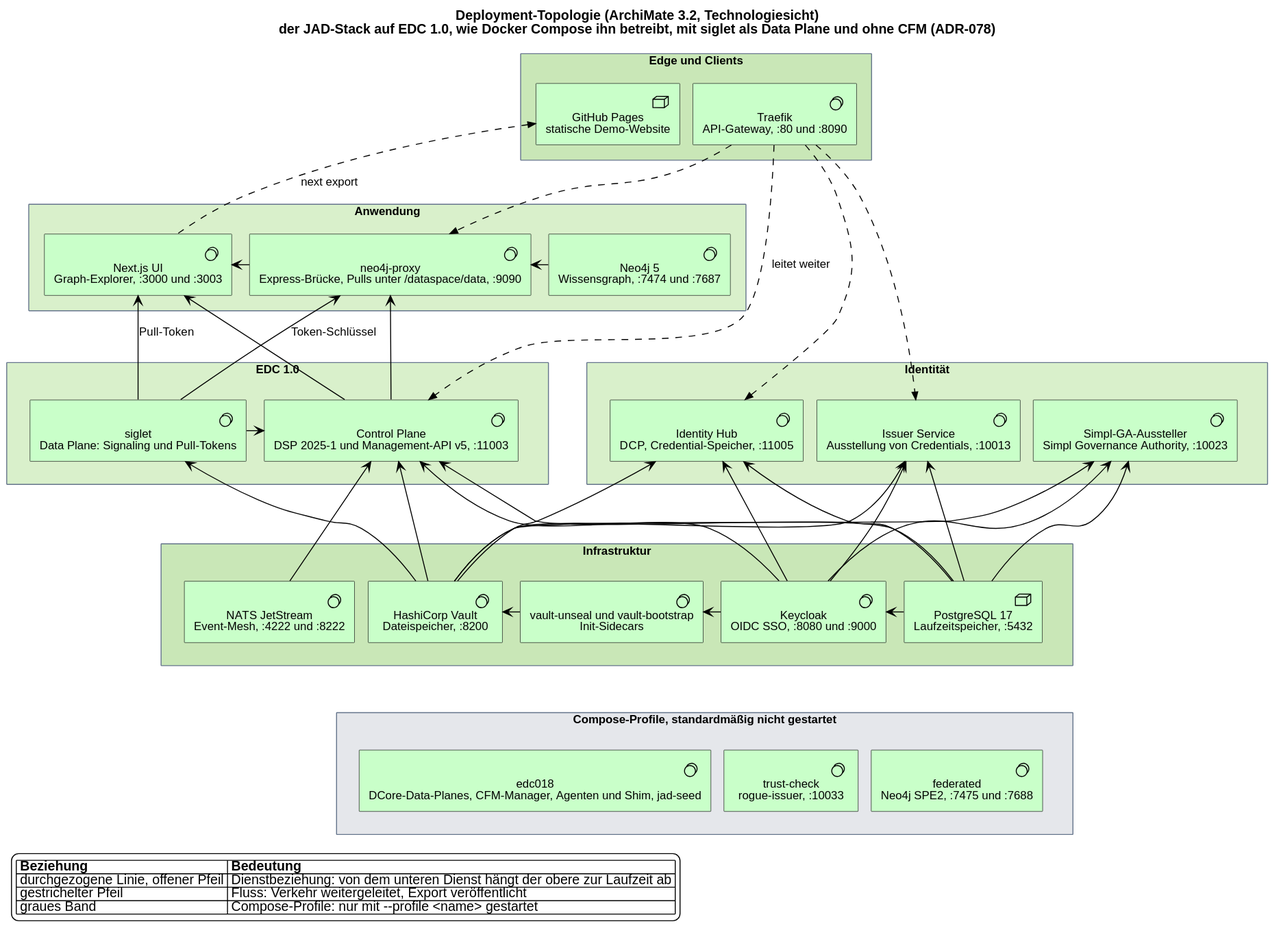
ma3u/MinimumViableHealthDataspacev2 keeps this PlantUML diagram as docs/architecture/img/deployment.de.svg. Above is the earlier version.
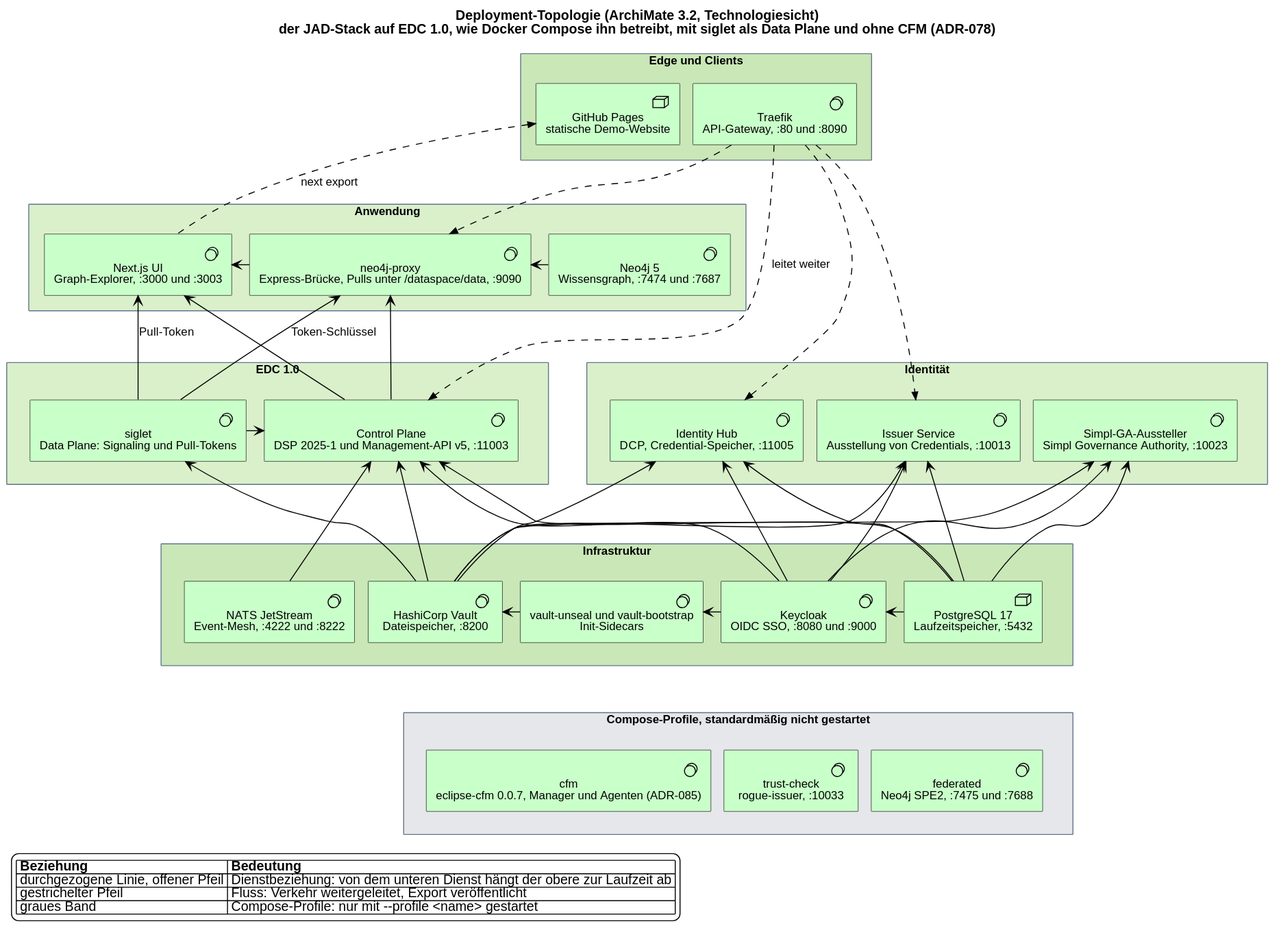
The same file after the commit.

The edit, as a diff of the source:
```diff
@@ -36,7 +36,7 @@
   Technology_SystemSoftware(nats, "NATS JetStream\nEvent-Mesh, :4222 und :8222")
 }
 rectangle "Compose-Profile, standardmäßig nicht gestartet" as PROF #E5E7EB {
-  Technology_SystemSoftware(e018, "edc018\nDCore-Data-Planes, CFM-Manager, Agenten und Shim, jad-seed")
+  Technology_SystemSoftware(cfm, "cfm\neclipse-cfm 0.0.7, Manager und Agenten (ADR-085)")
   Technology_SystemSoftware(trust, "trust-check\nrogue-issuer, :10033")
   Technology_SystemSoftware(fed, "federated\nNeo4j SPE2, :7475 und :7688")
 }
@@ -87,7 +87,7 @@
 kc -[hidden]right- pg
 EDC -[hidden]right- IDM
 INFRA -[hidden]down- PROF
-e018 -[hidden]right- trust
+cfm -[hidden]right- trust
 trust -[hidden]right- fed
 
 legend bottom left
```
